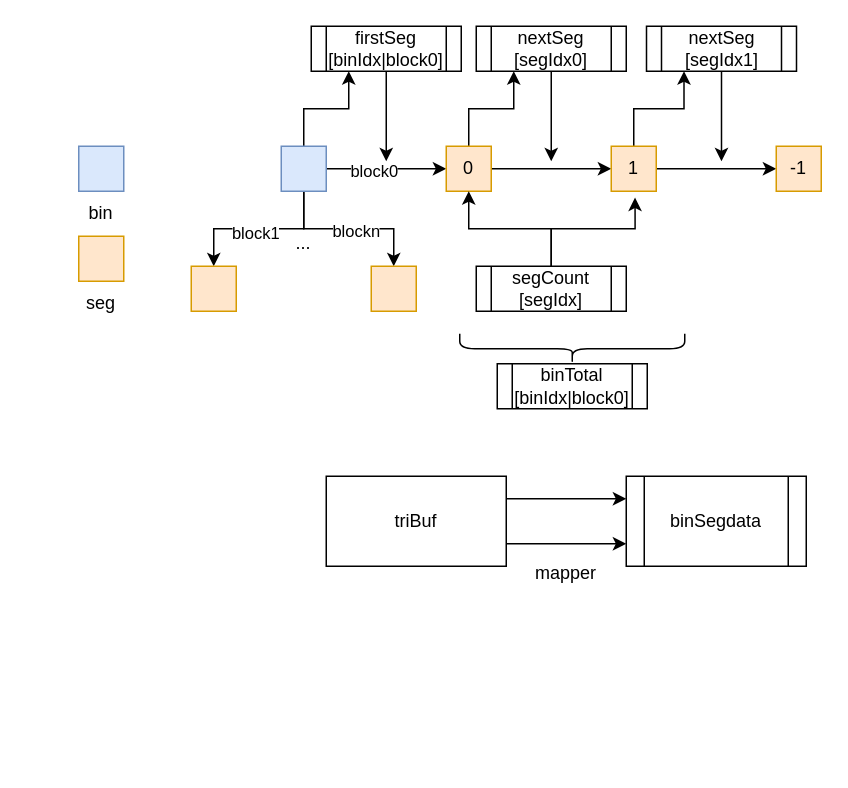
Above: 20240309weekly.drawio in spaceboy202105/img (draw.io), before the change. Source tidied: cells renumbered, new cells numbered last; positions are measured from the earlier drawing's top-left corner, leaving out a move shared by most shapes. Both pictures are drawn from the tidied source at 150%, with x=0, y=0 at pixel (56, 26).
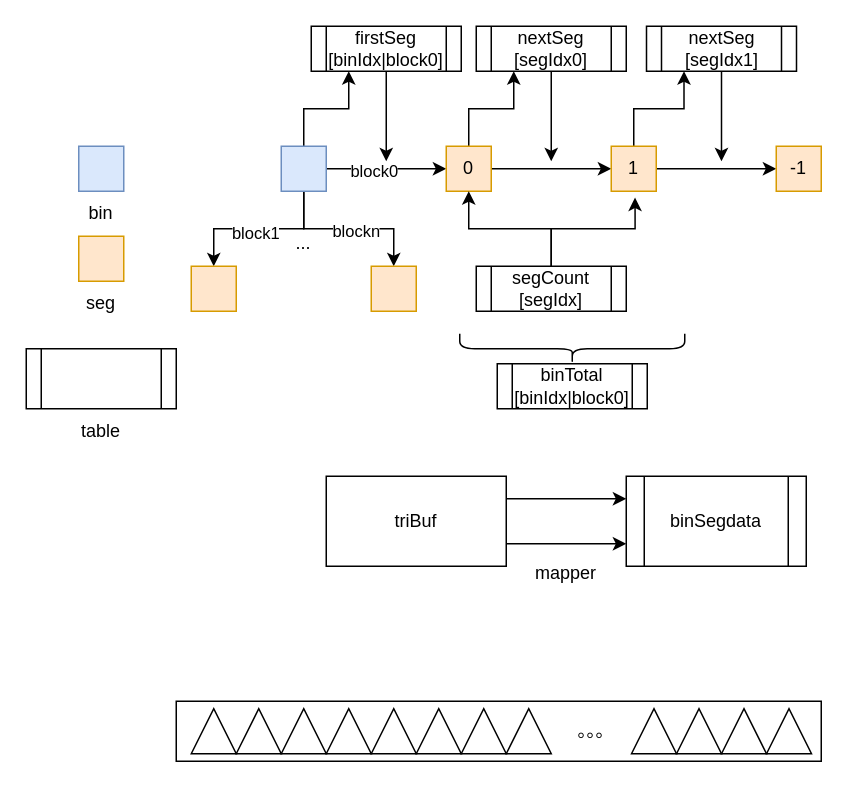
Above is the later version.

What changed in the source:
```diff
@@
+    <mxCell id="41" style="shape=process;whiteSpace=wrap;html=1;backgroundOutline=1;" parent="1" vertex="1">
+      <mxGeometry x="-20" y="215" width="100" height="40" as="geometry" />
+    </mxCell>
+    <mxCell id="42" value="table" style="text;html=1;align=center;verticalAlign=middle;whiteSpace=wrap;rounded=0;" parent="1" vertex="1">
+      <mxGeometry y="255" width="60" height="30" as="geometry" />
+    </mxCell>
+    <mxCell id="43" style="rounded=0;whiteSpace=wrap;html=1;" parent="1" vertex="1">
+      <mxGeometry x="80" y="450" width="430" height="40" as="geometry" />
+    </mxCell>
+    <mxCell id="44" style="triangle;whiteSpace=wrap;html=1;rotation=-90;" parent="1" vertex="1">
+      <mxGeometry x="90" y="455" width="30" height="30" as="geometry" />
+    </mxCell>
+    <mxCell id="45" style="triangle;whiteSpace=wrap;html=1;rotation=-90;" parent="1" vertex="1">
+      <mxGeometry x="120" y="455" width="30" height="30" as="geometry" />
+    </mxCell>
+    <mxCell id="46" style="triangle;whiteSpace=wrap;html=1;rotation=-90;" parent="1" vertex="1">
+      <mxGeometry x="150" y="455" width="30" height="30" as="geometry" />
+    </mxCell>
+    <mxCell id="47" style="triangle;whiteSpace=wrap;html=1;rotation=-90;" parent="1" vertex="1">
+      <mxGeometry x="180" y="455" width="30" height="30" as="geometry" />
+    </mxCell>
+    <mxCell id="48" style="triangle;whiteSpace=wrap;html=1;rotation=-90;" parent="1" vertex="1">
+      <mxGeometry x="210" y="455" width="30" height="30" as="geometry" />
+    </mxCell>
+    <mxCell id="49" style="triangle;whiteSpace=wrap;html=1;rotation=-90;" parent="1" vertex="1">
+      <mxGeometry x="240" y="455" width="30" height="30" as="geometry" />
+    </mxCell>
+    <mxCell id="50" style="triangle;whiteSpace=wrap;html=1;rotation=-90;" parent="1" vertex="1">
+      <mxGeometry x="270" y="455" width="30" height="30" as="geometry" />
+    </mxCell>
+    <mxCell id="51" style="triangle;whiteSpace=wrap;html=1;rotation=-90;" parent="1" vertex="1">
+      <mxGeometry x="300" y="455" width="30" height="30" as="geometry" />
+    </mxCell>
+    <mxCell id="52" style="triangle;whiteSpace=wrap;html=1;rotation=-90;" parent="1" vertex="1">
+      <mxGeometry x="383.5" y="455" width="30" height="30" as="geometry" />
+    </mxCell>
+    <mxCell id="53" style="triangle;whiteSpace=wrap;html=1;rotation=-90;" parent="1" vertex="1">
+      <mxGeometry x="413.5" y="455" width="30" height="30" as="geometry" />
+    </mxCell>
+    <mxCell id="54" style="triangle;whiteSpace=wrap;html=1;rotation=-90;" parent="1" vertex="1">
+      <mxGeometry x="443.5" y="455" width="30" height="30" as="geometry" />
+    </mxCell>
+    <mxCell id="55" style="triangle;whiteSpace=wrap;html=1;rotation=-90;" parent="1" vertex="1">
+      <mxGeometry x="473.5" y="455" width="30" height="30" as="geometry" />
+    </mxCell>
+    <mxCell id="56" value="。。。" style="text;html=1;align=center;verticalAlign=middle;whiteSpace=wrap;rounded=0;" parent="1" vertex="1">
+      <mxGeometry x="330" y="455" width="60" height="30" as="geometry" />
+    </mxCell>
```
